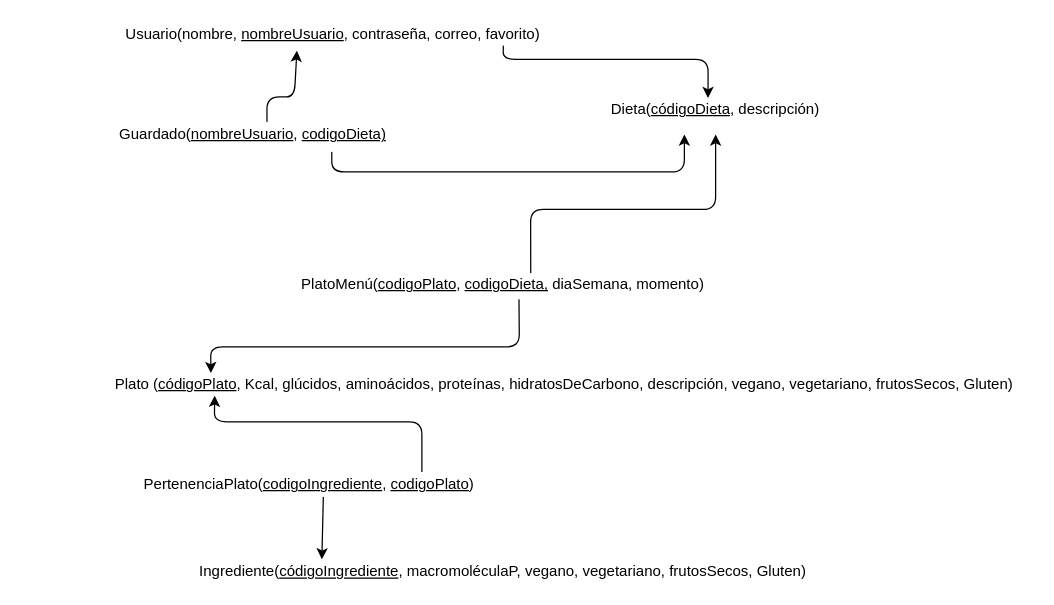
The draw.io diagram diagramaRelacional.drawio in HylianPablo/SSW2020, before the edit. Source tidied: cells renumbered, new cells numbered last; positions are measured from the earlier drawing's top-left corner, leaving out a move shared by most shapes. Both pictures are drawn from the tidied source at 125%, with x=0, y=0 at pixel (21, 21).
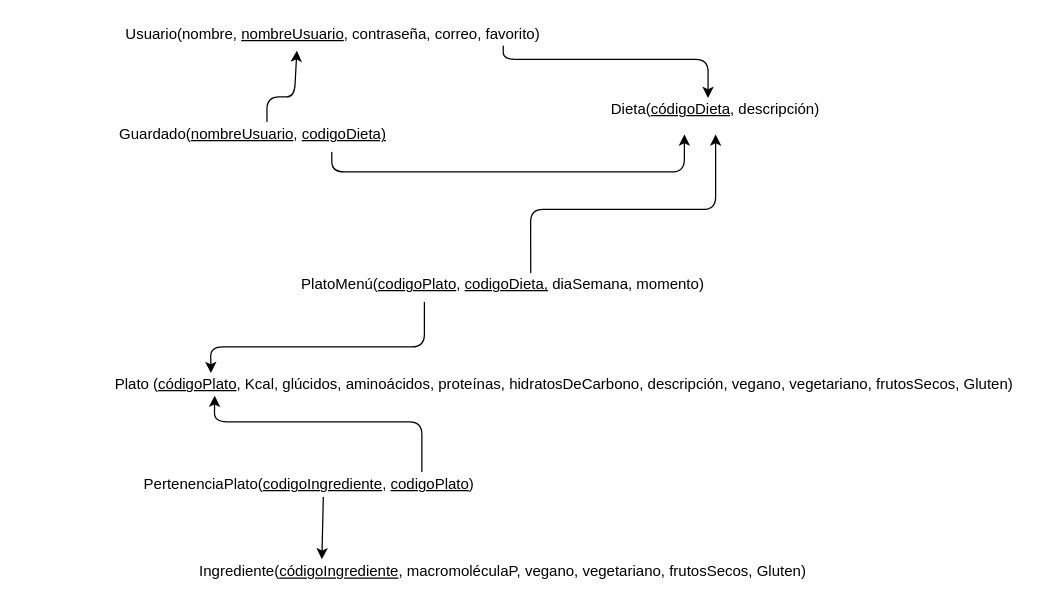
The same page after the edit.

Unchanged cells that the change refers to:
```xml
<mxCell id="3" value="Plato (&lt;u&gt;códigoPlato&lt;/u&gt;, Kcal, glúcidos, aminoácidos, proteínas, hidratosDeCarbono, descripción, vegano, vegetariano, frutosSecos, Gluten)" style="text;html=1;strokeColor=none;fillColor=none;align=center;verticalAlign=middle;whiteSpace=wrap;rounded=0;" parent="1" vertex="1">
  <mxGeometry x="59" y="280" width="750" height="20" as="geometry" />
</mxCell>
<mxCell id="8" value="PlatoMenú(&lt;u&gt;codigoPlato&lt;/u&gt;, &lt;u&gt;codigoDieta,&lt;/u&gt;&amp;nbsp;diaSemana, momento)" style="text;html=1;strokeColor=none;fillColor=none;align=center;verticalAlign=middle;whiteSpace=wrap;rounded=0;" parent="1" vertex="1">
  <mxGeometry x="150" y="200" width="470" height="20" as="geometry" />
</mxCell>
```

What changed in the source:
```diff
@@
-    <mxCell id="11" style="endArrow=classic;html=1;entryX=0.123;entryY=0.05;entryDx=0;entryDy=0;entryPerimeter=0;exitX=0.527;exitY=1.1;exitDx=0;exitDy=0;exitPerimeter=0;" parent="1" edge="1" source="8" target="3">
+    <mxCell id="11" style="endArrow=classic;html=1;entryX=0.123;entryY=0.05;entryDx=0;entryDy=0;entryPerimeter=0;exitX=0.366;exitY=1.2;exitDx=0;exitDy=0;exitPerimeter=0;" parent="1" edge="1" source="8" target="3">
       <mxGeometry relative="1" as="geometry">
         <Array as="points">
-          <mxPoint x="398" y="260" />
+          <mxPoint x="322" y="260" />
           <mxPoint x="151" y="260" />
         </Array>
       </mxGeometry>
     </mxCell>
```
